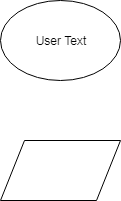
Earlier version of the draw.io export Main Program/Main Program.png (QiLinXue/ICS4U). Source tidied: cells renumbered, new cells last; positions are measured from the earlier drawing's top-left corner, leaving out a move shared by most shapes.
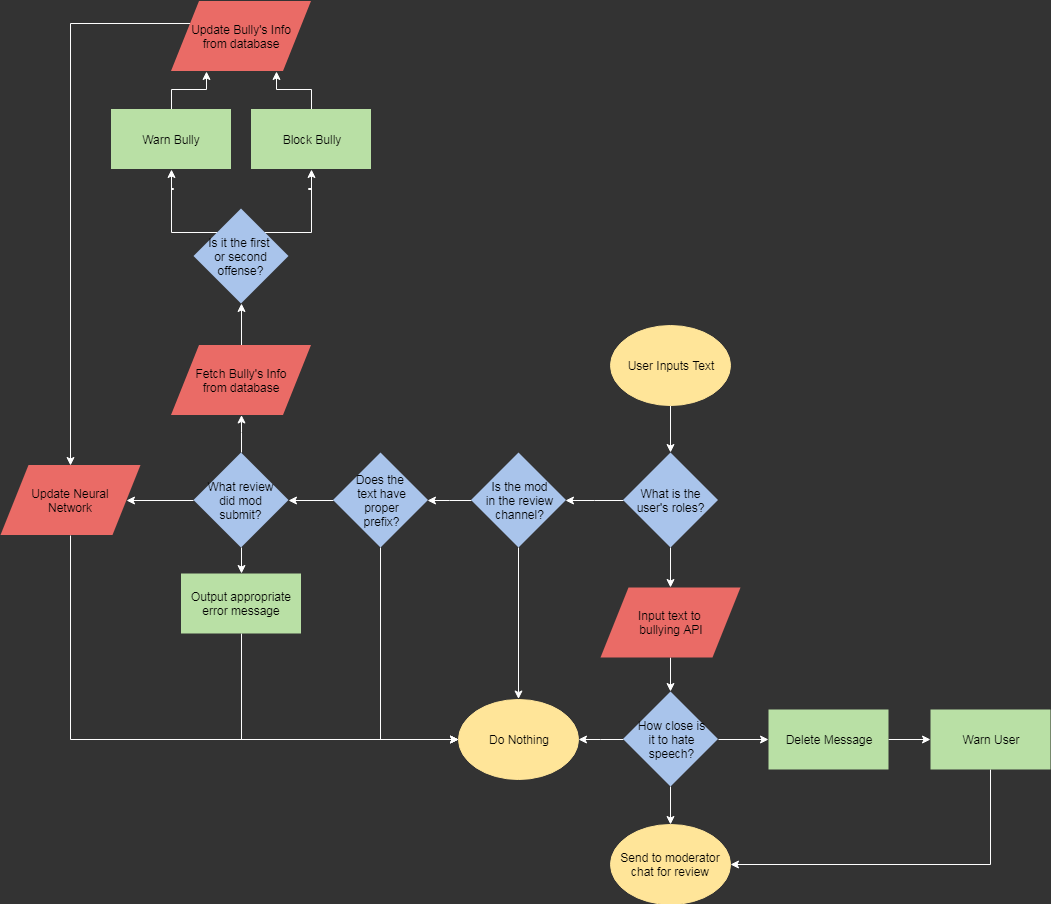
Later version of the same file.

Commit message:
complete prototype

Change to the diagram source:
```diff
@@ -1,12 +1,148 @@
-<mxGraphModel background="#ffffff">
+<mxGraphModel background="#333333">
   <root>
     <mxCell id="0" />
     <mxCell id="1" parent="0" />
+    <mxCell id="4" style="edgeStyle=orthogonalEdgeStyle;rounded=0;html=1;exitX=0.5;exitY=1;jettySize=auto;strokeColor=#FFFFFF;" parent="1" edge="1" source="2" target="18">
+      <mxGeometry relative="1" as="geometry" />
+    </mxCell>
-    <mxCell id="2" value="User Text&lt;br&gt;" style="ellipse;whiteSpace=wrap;html=1;" parent="1" vertex="1">
-      <mxGeometry width="120" height="80" as="geometry" />
+    <mxCell id="2" value="User Inputs Text&lt;br&gt;" style="ellipse;whiteSpace=wrap;html=1;fillColor=#FFE599;strokeColor=#FFE599;" parent="1" vertex="1">
+      <mxGeometry y="-145" width="120" height="80" as="geometry" />
     </mxCell>
+    <mxCell id="5" style="edgeStyle=orthogonalEdgeStyle;rounded=0;html=1;exitX=0.5;exitY=1;jettySize=auto;strokeColor=#FFFFFF;" parent="1" edge="1" source="3" target="9">
+      <mxGeometry relative="1" as="geometry" />
+    </mxCell>
-    <mxCell id="3" style="shape=parallelogram;perimeter=parallelogramPerimeter;whiteSpace=wrap;html=1;" parent="1" vertex="1">
-      <mxGeometry y="140" width="120" height="60" as="geometry" />
+    <mxCell id="3" value="Input text to &lt;br&gt;bullying API" style="shape=parallelogram;perimeter=parallelogramPerimeter;whiteSpace=wrap;html=1;fillColor=#EA6B66;strokeColor=none;" parent="1" vertex="1">
+      <mxGeometry x="-10" y="117" width="140" height="70" as="geometry" />
     </mxCell>
+    <mxCell id="6" style="edgeStyle=orthogonalEdgeStyle;rounded=0;html=1;exitX=0;exitY=0.5;jettySize=auto;strokeColor=#FFFFFF;" parent="1" edge="1" source="9" target="10">
+      <mxGeometry relative="1" as="geometry" />
+    </mxCell>
+    <mxCell id="7" style="edgeStyle=orthogonalEdgeStyle;rounded=0;html=1;exitX=0.5;exitY=1;entryX=0.5;entryY=0;jettySize=auto;strokeColor=#FFFFFF;" parent="1" edge="1" source="9" target="11">
+      <mxGeometry relative="1" as="geometry" />
+    </mxCell>
+    <mxCell id="8" style="edgeStyle=orthogonalEdgeStyle;rounded=0;html=1;exitX=1;exitY=0.5;entryX=0;entryY=0.5;jettySize=auto;strokeColor=#FFFFFF;" parent="1" edge="1" source="9" target="13">
+      <mxGeometry relative="1" as="geometry" />
+    </mxCell>
+    <mxCell id="9" value="How close is&lt;br&gt;it to hate&lt;br&gt;speech?&lt;br&gt;" style="rhombus;whiteSpace=wrap;html=1;strokeColor=none;fillColor=#A9C4EB;" parent="1" vertex="1">
+      <mxGeometry x="12.5" y="221" width="95" height="95" as="geometry" />
+    </mxCell>
+    <mxCell id="10" value="Do Nothing&lt;br&gt;" style="ellipse;whiteSpace=wrap;html=1;fillColor=#FFE599;strokeColor=#FFE599;" parent="1" vertex="1">
+      <mxGeometry x="-152" y="228.5" width="120" height="80" as="geometry" />
+    </mxCell>
+    <mxCell id="11" value="Send to moderator chat for review&lt;br&gt;" style="ellipse;whiteSpace=wrap;html=1;fillColor=#FFE599;strokeColor=#FFE599;" parent="1" vertex="1">
+      <mxGeometry y="353.5" width="120" height="80" as="geometry" />
+    </mxCell>
+    <mxCell id="12" style="edgeStyle=orthogonalEdgeStyle;rounded=0;html=1;exitX=1;exitY=0.5;entryX=0;entryY=0.5;jettySize=auto;strokeColor=#FFFFFF;" parent="1" edge="1" source="13" target="15">
+      <mxGeometry relative="1" as="geometry" />
+    </mxCell>
+    <mxCell id="13" value="Delete Message" style="rounded=0;whiteSpace=wrap;html=1;strokeColor=none;fillColor=#B9E0A5;" parent="1" vertex="1">
+      <mxGeometry x="158" y="239" width="120" height="60" as="geometry" />
+    </mxCell>
+    <mxCell id="14" style="edgeStyle=orthogonalEdgeStyle;rounded=0;html=1;exitX=0.5;exitY=1;entryX=1;entryY=0.5;jettySize=auto;strokeColor=#FFFFFF;" parent="1" edge="1" source="15" target="11">
+      <mxGeometry relative="1" as="geometry" />
+    </mxCell>
+    <mxCell id="15" value="Warn User" style="rounded=0;whiteSpace=wrap;html=1;strokeColor=none;fillColor=#B9E0A5;" parent="1" vertex="1">
+      <mxGeometry x="320" y="239" width="120" height="60" as="geometry" />
+    </mxCell>
+    <mxCell id="16" style="edgeStyle=orthogonalEdgeStyle;rounded=0;html=1;exitX=0.5;exitY=1;entryX=0.5;entryY=0;jettySize=auto;strokeColor=#FFFFFF;" parent="1" edge="1" source="18" target="3">
+      <mxGeometry relative="1" as="geometry" />
+    </mxCell>
+    <mxCell id="17" style="edgeStyle=orthogonalEdgeStyle;rounded=0;html=1;exitX=0;exitY=0.5;jettySize=auto;strokeColor=#FFFFFF;" parent="1" edge="1" source="18" target="21">
+      <mxGeometry relative="1" as="geometry" />
+    </mxCell>
+    <mxCell id="18" value="What is the user's roles?&lt;br&gt;" style="rhombus;whiteSpace=wrap;html=1;strokeColor=none;fillColor=#A9C4EB;" parent="1" vertex="1">
+      <mxGeometry x="12.5" y="-18" width="95" height="95" as="geometry" />
+    </mxCell>
+    <mxCell id="19" style="edgeStyle=orthogonalEdgeStyle;rounded=0;html=1;exitX=0;exitY=0.5;jettySize=auto;strokeColor=#FFFFFF;" parent="1" edge="1" source="21" target="24">
+      <mxGeometry relative="1" as="geometry" />
+    </mxCell>
+    <mxCell id="20" style="edgeStyle=orthogonalEdgeStyle;rounded=0;html=1;exitX=0.5;exitY=1;jettySize=auto;strokeColor=#FFFFFF;" parent="1" edge="1" source="21" target="10">
+      <mxGeometry relative="1" as="geometry" />
+    </mxCell>
+    <mxCell id="21" value="Is the mod&lt;br&gt;in the review&lt;br&gt;channel?&lt;br&gt;" style="rhombus;whiteSpace=wrap;html=1;strokeColor=none;fillColor=#A9C4EB;" parent="1" vertex="1">
+      <mxGeometry x="-139.5" y="-18" width="95" height="95" as="geometry" />
+    </mxCell>
+    <mxCell id="22" style="edgeStyle=orthogonalEdgeStyle;rounded=0;html=1;exitX=0.5;exitY=1;entryX=0;entryY=0.5;jettySize=auto;strokeColor=#FFFFFF;" parent="1" edge="1" source="24" target="10">
+      <mxGeometry relative="1" as="geometry" />
+    </mxCell>
+    <mxCell id="23" style="edgeStyle=orthogonalEdgeStyle;rounded=0;html=1;exitX=0;exitY=0.5;entryX=1;entryY=0.5;jettySize=auto;strokeColor=#FFFFFF;" parent="1" edge="1" source="24" target="28">
+      <mxGeometry relative="1" as="geometry" />
+    </mxCell>
+    <mxCell id="24" value="Does the &lt;br&gt;text have&lt;br&gt;proper&lt;br&gt;prefix?&lt;br&gt;" style="rhombus;whiteSpace=wrap;html=1;strokeColor=none;fillColor=#A9C4EB;" parent="1" vertex="1">
+      <mxGeometry x="-277.5" y="-18" width="95" height="95" as="geometry" />
+    </mxCell>
+    <mxCell id="25" style="edgeStyle=orthogonalEdgeStyle;rounded=0;html=1;exitX=0.5;exitY=1;entryX=0.5;entryY=0;jettySize=auto;strokeColor=#FFFFFF;" parent="1" edge="1" source="28" target="30">
+      <mxGeometry relative="1" as="geometry" />
+    </mxCell>
+    <mxCell id="26" style="edgeStyle=orthogonalEdgeStyle;rounded=0;html=1;exitX=0;exitY=0.5;entryX=1;entryY=0.5;jettySize=auto;strokeColor=#FFFFFF;" parent="1" edge="1" source="28" target="32">
+      <mxGeometry relative="1" as="geometry" />
+    </mxCell>
+    <mxCell id="27" style="edgeStyle=orthogonalEdgeStyle;rounded=0;html=1;exitX=0.5;exitY=0;jettySize=auto;strokeColor=#FFFFFF;" parent="1" edge="1" source="28" target="37">
+      <mxGeometry relative="1" as="geometry" />
+    </mxCell>
+    <mxCell id="28" value="What review&lt;br&gt;did mod&lt;br&gt;submit?&lt;br&gt;" style="rhombus;whiteSpace=wrap;html=1;strokeColor=none;fillColor=#A9C4EB;" parent="1" vertex="1">
+      <mxGeometry x="-417" y="-18" width="95" height="95" as="geometry" />
+    </mxCell>
+    <mxCell id="29" style="edgeStyle=orthogonalEdgeStyle;rounded=0;html=1;exitX=0.5;exitY=1;entryX=0;entryY=0.5;jettySize=auto;strokeColor=#FFFFFF;" parent="1" edge="1" source="30" target="10">
+      <mxGeometry relative="1" as="geometry" />
+    </mxCell>
+    <mxCell id="30" value="Output appropriate error message" style="rounded=0;whiteSpace=wrap;html=1;strokeColor=none;fillColor=#B9E0A5;" parent="1" vertex="1">
+      <mxGeometry x="-429.5" y="103" width="120" height="60" as="geometry" />
+    </mxCell>
+    <mxCell id="31" style="edgeStyle=orthogonalEdgeStyle;rounded=0;html=1;exitX=0.5;exitY=1;entryX=0;entryY=0.5;jettySize=auto;strokeColor=#FFFFFF;" parent="1" edge="1" source="32" target="10">
+      <mxGeometry relative="1" as="geometry" />
+    </mxCell>
+    <mxCell id="32" value="Update Neural&lt;br&gt;Network&lt;br&gt;" style="shape=parallelogram;perimeter=parallelogramPerimeter;whiteSpace=wrap;html=1;fillColor=#EA6B66;strokeColor=none;" parent="1" vertex="1">
+      <mxGeometry x="-610" y="-5.5" width="140" height="70" as="geometry" />
+    </mxCell>
+    <mxCell id="33" style="edgeStyle=orthogonalEdgeStyle;rounded=0;html=1;exitX=0;exitY=0;entryX=0.5;entryY=1;jettySize=auto;strokeColor=#FFFFFF;" parent="1" edge="1" source="35" target="41">
+      <mxGeometry relative="1" as="geometry">
+        <Array as="points">
+          <mxPoint x="-439" y="-238" />
+          <mxPoint x="-439" y="-282" />
+          <mxPoint x="-437" y="-282" />
+          <mxPoint x="-437" y="-281" />
+          <mxPoint x="-439" y="-281" />
+        </Array>
+      </mxGeometry>
+    </mxCell>
+    <mxCell id="34" style="edgeStyle=orthogonalEdgeStyle;rounded=0;html=1;exitX=1;exitY=0;entryX=0.5;entryY=1;jettySize=auto;strokeColor=#FFFFFF;" parent="1" edge="1" source="35" target="43">
+      <mxGeometry relative="1" as="geometry">
+        <Array as="points">
+          <mxPoint x="-299" y="-238" />
+          <mxPoint x="-299" y="-282" />
+          <mxPoint x="-302" y="-282" />
+          <mxPoint x="-302" y="-281" />
+          <mxPoint x="-299" y="-281" />
+        </Array>
+      </mxGeometry>
+    </mxCell>
+    <mxCell id="35" value="Is it the first &lt;br&gt;or second&lt;br&gt;offense?&lt;br&gt;" style="rhombus;whiteSpace=wrap;html=1;strokeColor=none;fillColor=#A9C4EB;" parent="1" vertex="1">
+      <mxGeometry x="-417" y="-262" width="95" height="95" as="geometry" />
+    </mxCell>
+    <mxCell id="36" style="edgeStyle=orthogonalEdgeStyle;rounded=0;html=1;exitX=0.5;exitY=0;entryX=0.5;entryY=1;jettySize=auto;strokeColor=#FFFFFF;" parent="1" edge="1" source="37" target="35">
+      <mxGeometry relative="1" as="geometry" />
+    </mxCell>
+    <mxCell id="37" value="Fetch Bully's Info&lt;br&gt;from database&lt;br&gt;" style="shape=parallelogram;perimeter=parallelogramPerimeter;whiteSpace=wrap;html=1;fillColor=#EA6B66;strokeColor=none;" parent="1" vertex="1">
+      <mxGeometry x="-439.5" y="-125.5" width="140" height="70" as="geometry" />
+    </mxCell>
+    <mxCell id="38" style="edgeStyle=orthogonalEdgeStyle;rounded=0;html=1;exitX=0;exitY=0.25;entryX=0.5;entryY=0;jettySize=auto;strokeColor=#FFFFFF;" parent="1" edge="1" source="39" target="32">
+      <mxGeometry relative="1" as="geometry" />
+    </mxCell>
+    <mxCell id="39" value="Update Bully's Info&lt;br&gt;from database&lt;br&gt;" style="shape=parallelogram;perimeter=parallelogramPerimeter;whiteSpace=wrap;html=1;fillColor=#EA6B66;strokeColor=none;" parent="1" vertex="1">
+      <mxGeometry x="-439.5" y="-469.5" width="140" height="70" as="geometry" />
+    </mxCell>
+    <mxCell id="40" style="edgeStyle=orthogonalEdgeStyle;rounded=0;html=1;exitX=0.5;exitY=0;entryX=0.25;entryY=1;jettySize=auto;strokeColor=#FFFFFF;" parent="1" edge="1" source="41" target="39">
+      <mxGeometry relative="1" as="geometry" />
+    </mxCell>
+    <mxCell id="41" value="Warn Bully" style="rounded=0;whiteSpace=wrap;html=1;strokeColor=none;fillColor=#B9E0A5;" parent="1" vertex="1">
+      <mxGeometry x="-499.5" y="-361.5" width="120" height="60" as="geometry" />
+    </mxCell>
+    <mxCell id="42" style="edgeStyle=orthogonalEdgeStyle;rounded=0;html=1;exitX=0.5;exitY=0;entryX=0.75;entryY=1;jettySize=auto;strokeColor=#FFFFFF;" parent="1" edge="1" source="43" target="39">
+      <mxGeometry relative="1" as="geometry" />
+    </mxCell>
+    <mxCell id="43" value="Block Bully" style="rounded=0;whiteSpace=wrap;html=1;strokeColor=none;fillColor=#B9E0A5;" parent="1" vertex="1">
+      <mxGeometry x="-359.5" y="-361.5" width="120" height="60" as="geometry" />
+    </mxCell>
   </root>
 </mxGraphModel>
```
